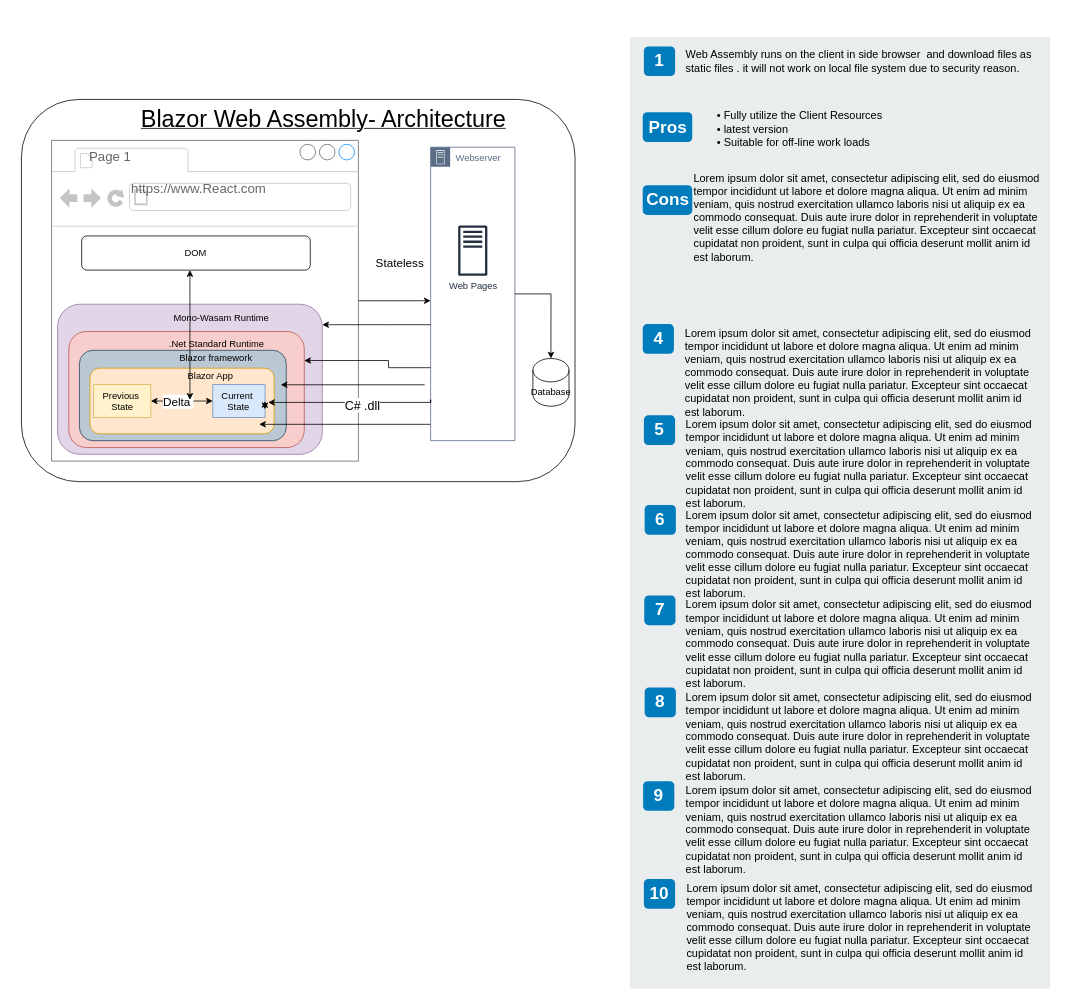
Above: page "Blazor -WASM Architecture" (3 of 9) of Untitled Diagram.drawio in KollaRajesh/AzTech-Blazor (draw.io), before the change. Source tidied: cells renumbered, new cells numbered last; positions are measured from the earlier drawing's top-left corner, leaving out a move shared by most shapes. Both pictures are drawn from the tidied source at 78%, with x=0, y=0 at pixel (21, 37).
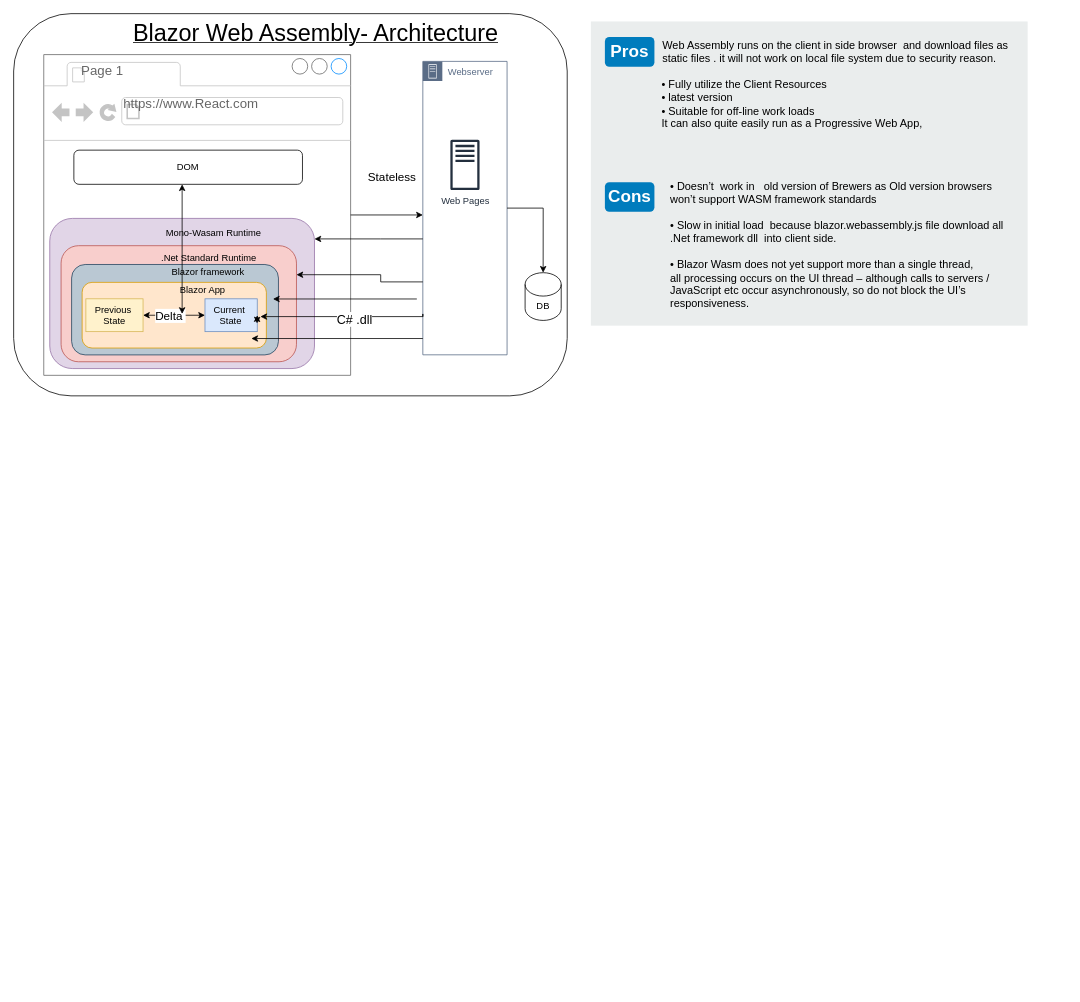
Above is the later version.

What changed in the source:
```diff
@@
     <mxCell id="2" style="rounded=0;whiteSpace=wrap;html=1;fillColor=#EAEDED;fontSize=22;fontColor=#FFFFFF;strokeColor=none;labelBackgroundColor=none;" parent="1" vertex="1">
-      <mxGeometry x="780" width="539" height="1220" as="geometry" />
+      <mxGeometry x="730" y="-20" width="560" height="390" as="geometry" />
     </mxCell>
-    <mxCell id="3" value="1" style="rounded=1;whiteSpace=wrap;html=1;fillColor=#007CBD;strokeColor=none;fontColor=#FFFFFF;fontStyle=1;fontSize=22;labelBackgroundColor=none;" parent="1" vertex="1">
-      <mxGeometry x="798" y="12" width="40" height="38" as="geometry" />
-    </mxCell>
     <mxCell id="4" value="Pros" style="rounded=1;whiteSpace=wrap;html=1;fillColor=#007CBD;strokeColor=none;fontColor=#FFFFFF;fontStyle=1;fontSize=22;labelBackgroundColor=none;" parent="1" vertex="1">
-      <mxGeometry x="796.5" y="96.5" width="63.5" height="38" as="geometry" />
+      <mxGeometry x="748" width="63.5" height="38" as="geometry" />
     </mxCell>
     <mxCell id="5" value="Cons" style="rounded=1;whiteSpace=wrap;html=1;fillColor=#007CBD;strokeColor=none;fontColor=#FFFFFF;fontStyle=1;fontSize=22;labelBackgroundColor=none;" parent="1" vertex="1">
-      <mxGeometry x="796.5" y="190" width="63.5" height="38" as="geometry" />
+      <mxGeometry x="748" y="186" width="63.5" height="38" as="geometry" />
     </mxCell>
-    <mxCell id="6" value="4" style="rounded=1;whiteSpace=wrap;html=1;fillColor=#007CBD;strokeColor=none;fontColor=#FFFFFF;fontStyle=1;fontSize=22;labelBackgroundColor=none;" parent="1" vertex="1">
-      <mxGeometry x="796.5" y="368" width="40" height="38" as="geometry" />
-    </mxCell>
-    <mxCell id="7" value="5" style="rounded=1;whiteSpace=wrap;html=1;fillColor=#007CBD;strokeColor=none;fontColor=#FFFFFF;fontStyle=1;fontSize=22;labelBackgroundColor=none;" parent="1" vertex="1">
-      <mxGeometry x="798" y="485" width="40" height="38" as="geometry" />
-    </mxCell>
-    <mxCell id="8" value="6" style="rounded=1;whiteSpace=wrap;html=1;fillColor=#007CBD;strokeColor=none;fontColor=#FFFFFF;fontStyle=1;fontSize=22;labelBackgroundColor=none;" parent="1" vertex="1">
-      <mxGeometry x="799" y="600" width="40" height="38" as="geometry" />
-    </mxCell>
-    <mxCell id="9" value="7" style="rounded=1;whiteSpace=wrap;html=1;fillColor=#007CBD;strokeColor=none;fontColor=#FFFFFF;fontStyle=1;fontSize=22;labelBackgroundColor=none;" parent="1" vertex="1">
-      <mxGeometry x="798.5" y="716" width="40" height="38" as="geometry" />
-    </mxCell>
-    <mxCell id="10" value="8" style="rounded=1;whiteSpace=wrap;html=1;fillColor=#007CBD;strokeColor=none;fontColor=#FFFFFF;fontStyle=1;fontSize=22;labelBackgroundColor=none;" parent="1" vertex="1">
-      <mxGeometry x="799" y="834" width="40" height="38" as="geometry" />
-    </mxCell>
-    <mxCell id="11" value="9" style="rounded=1;whiteSpace=wrap;html=1;fillColor=#007CBD;strokeColor=none;fontColor=#FFFFFF;fontStyle=1;fontSize=22;labelBackgroundColor=none;" parent="1" vertex="1">
-      <mxGeometry x="797" y="954" width="40" height="38" as="geometry" />
-    </mxCell>
     <mxCell id="12" value="Web Assembly runs on the client in side browser&amp;nbsp; and download files as static files . it will not work on local file system due to security reason." style="text;html=1;align=left;verticalAlign=top;spacingTop=-4;fontSize=14;labelBackgroundColor=none;whiteSpace=wrap;" parent="1" vertex="1">
-      <mxGeometry x="849.5" y="11.5" width="449" height="88.5" as="geometry" />
+      <mxGeometry x="820" width="449" height="88.5" as="geometry" />
     </mxCell>
-    <mxCell id="13" value="&lt;div&gt;•&lt;span&gt; &lt;/span&gt;Fully utilize the Client Resources&amp;nbsp;&lt;/div&gt;&lt;div&gt;•&lt;span&gt; &lt;/span&gt;latest version&amp;nbsp;&lt;/div&gt;&lt;div&gt;•&lt;span&gt; &lt;/span&gt;Suitable for off-line work loads&lt;/div&gt;" style="text;html=1;align=left;verticalAlign=top;spacingTop=-4;fontSize=14;labelBackgroundColor=none;whiteSpace=wrap;" parent="1" vertex="1">
-      <mxGeometry x="890" y="90" width="450" height="75" as="geometry" />
+    <mxCell id="13" value="&lt;div&gt;•&lt;span&gt; &lt;/span&gt;Fully utilize the Client Resources&amp;nbsp;&lt;/div&gt;&lt;div&gt;•&lt;span&gt; &lt;/span&gt;latest version&amp;nbsp;&lt;/div&gt;&lt;div&gt;•&lt;span&gt; &lt;/span&gt;Suitable for off-line work loads&lt;/div&gt;&lt;div&gt;It can also quite easily run as a Progressive Web App,&lt;br&gt;&lt;/div&gt;" style="text;html=1;align=left;verticalAlign=top;spacingTop=-4;fontSize=14;labelBackgroundColor=none;whiteSpace=wrap;" parent="1" vertex="1">
+      <mxGeometry x="819" y="50" width="450" height="75" as="geometry" />
     </mxCell>
-    <mxCell id="14" value="&lt;span&gt;Lorem ipsum dolor sit amet, consectetur adipiscing elit, sed do eiusmod tempor incididunt ut labore et dolore magna aliqua. Ut enim ad minim veniam, quis nostrud exercitation ullamco laboris nisi ut aliquip ex ea commodo consequat. Duis aute irure dolor in reprehenderit in voluptate velit esse cillum dolore eu fugiat nulla pariatur. Excepteur sint occaecat cupidatat non proident, sunt in culpa qui officia deserunt mollit anim id est laborum.&lt;/span&gt;&lt;br&gt;" style="text;html=1;align=left;verticalAlign=top;spacingTop=-4;fontSize=14;labelBackgroundColor=none;whiteSpace=wrap;" parent="1" vertex="1">
-      <mxGeometry x="860" y="170" width="450" height="117" as="geometry" />
+    <mxCell id="14" value="&lt;div&gt;•&lt;span&gt; &lt;/span&gt;Doesn’t&amp;nbsp; work in&amp;nbsp; &amp;nbsp;old version of Brewers as Old version browsers won’t support WASM framework standards&amp;nbsp;&lt;/div&gt;&lt;div&gt;&lt;br&gt;&lt;/div&gt;&lt;div&gt;•&lt;span&gt; &lt;/span&gt;Slow in initial load&amp;nbsp; because&amp;nbsp;blazor.webassembly.js file download all .Net framework dll&amp;nbsp; into client side.&lt;/div&gt;&lt;div&gt;&lt;br&gt;&lt;/div&gt;•&amp;nbsp;&lt;span&gt;Blazor Wasm does not yet support more than a single thread,&lt;br&gt;&lt;/span&gt;all processing occurs on the UI thread – although calls to servers / JavaScript etc occur asynchronously, so do not block the UI’s responsiveness.&lt;br&gt;&lt;div&gt;&lt;br&gt;&lt;/div&gt;" style="text;html=1;align=left;verticalAlign=top;spacingTop=-4;fontSize=14;labelBackgroundColor=none;whiteSpace=wrap;" parent="1" vertex="1">
+      <mxGeometry x="830" y="180" width="450" height="117" as="geometry" />
     </mxCell>
-    <mxCell id="15" value="&lt;span&gt;Lorem ipsum dolor sit amet, consectetur adipiscing elit, sed do eiusmod tempor incididunt ut labore et dolore magna aliqua. Ut enim ad minim veniam, quis nostrud exercitation ullamco laboris nisi ut aliquip ex ea commodo consequat. Duis aute irure dolor in reprehenderit in voluptate velit esse cillum dolore eu fugiat nulla pariatur. Excepteur sint occaecat cupidatat non proident, sunt in culpa qui officia deserunt mollit anim id est laborum.&lt;/span&gt;&lt;br&gt;" style="text;html=1;align=left;verticalAlign=top;spacingTop=-4;fontSize=14;labelBackgroundColor=none;whiteSpace=wrap;" parent="1" vertex="1">
-      <mxGeometry x="848.5" y="368.5" width="450" height="121" as="geometry" />
-    </mxCell>
-    <mxCell id="16" value="&lt;span&gt;Lorem ipsum dolor sit amet, consectetur adipiscing elit, sed do eiusmod tempor incididunt ut labore et dolore magna aliqua. Ut enim ad minim veniam, quis nostrud exercitation ullamco laboris nisi ut aliquip ex ea commodo consequat. Duis aute irure dolor in reprehenderit in voluptate velit esse cillum dolore eu fugiat nulla pariatur. Excepteur sint occaecat cupidatat non proident, sunt in culpa qui officia deserunt mollit anim id est laborum.&lt;/span&gt;&lt;br&gt;" style="text;html=1;align=left;verticalAlign=top;spacingTop=-4;fontSize=14;labelBackgroundColor=none;whiteSpace=wrap;" parent="1" vertex="1">
-      <mxGeometry x="849.5" y="485.5" width="449" height="114" as="geometry" />
-    </mxCell>
-    <mxCell id="17" value="&lt;span&gt;Lorem ipsum dolor sit amet, consectetur adipiscing elit, sed do eiusmod tempor incididunt ut labore et dolore magna aliqua. Ut enim ad minim veniam, quis nostrud exercitation ullamco laboris nisi ut aliquip ex ea commodo consequat. Duis aute irure dolor in reprehenderit in voluptate velit esse cillum dolore eu fugiat nulla pariatur. Excepteur sint occaecat cupidatat non proident, sunt in culpa qui officia deserunt mollit anim id est laborum.&lt;/span&gt;&lt;br&gt;" style="text;html=1;align=left;verticalAlign=top;spacingTop=-4;fontSize=14;labelBackgroundColor=none;whiteSpace=wrap;" parent="1" vertex="1">
-      <mxGeometry x="849.5" y="601.5" width="450" height="118" as="geometry" />
-    </mxCell>
-    <mxCell id="18" value="&lt;span&gt;Lorem ipsum dolor sit amet, consectetur adipiscing elit, sed do eiusmod tempor incididunt ut labore et dolore magna aliqua. Ut enim ad minim veniam, quis nostrud exercitation ullamco laboris nisi ut aliquip ex ea commodo consequat. Duis aute irure dolor in reprehenderit in voluptate velit esse cillum dolore eu fugiat nulla pariatur. Excepteur sint occaecat cupidatat non proident, sunt in culpa qui officia deserunt mollit anim id est laborum.&lt;/span&gt;&lt;br&gt;" style="text;html=1;align=left;verticalAlign=top;spacingTop=-4;fontSize=14;labelBackgroundColor=none;whiteSpace=wrap;" parent="1" vertex="1">
-      <mxGeometry x="849.5" y="716.5" width="449" height="113" as="geometry" />
-    </mxCell>
-    <mxCell id="19" value="&lt;span&gt;Lorem ipsum dolor sit amet, consectetur adipiscing elit, sed do eiusmod tempor incididunt ut labore et dolore magna aliqua. Ut enim ad minim veniam, quis nostrud exercitation ullamco laboris nisi ut aliquip ex ea commodo consequat. Duis aute irure dolor in reprehenderit in voluptate velit esse cillum dolore eu fugiat nulla pariatur. Excepteur sint occaecat cupidatat non proident, sunt in culpa qui officia deserunt mollit anim id est laborum.&lt;/span&gt;&lt;br&gt;" style="text;html=1;align=left;verticalAlign=top;spacingTop=-4;fontSize=14;labelBackgroundColor=none;whiteSpace=wrap;" parent="1" vertex="1">
-      <mxGeometry x="849.5" y="835.5" width="449" height="124" as="geometry" />
-    </mxCell>
-    <mxCell id="20" value="&lt;span&gt;Lorem ipsum dolor sit amet, consectetur adipiscing elit, sed do eiusmod tempor incididunt ut labore et dolore magna aliqua. Ut enim ad minim veniam, quis nostrud exercitation ullamco laboris nisi ut aliquip ex ea commodo consequat. Duis aute irure dolor in reprehenderit in voluptate velit esse cillum dolore eu fugiat nulla pariatur. Excepteur sint occaecat cupidatat non proident, sunt in culpa qui officia deserunt mollit anim id est laborum.&lt;/span&gt;&lt;br&gt;" style="text;html=1;align=left;verticalAlign=top;spacingTop=-4;fontSize=14;labelBackgroundColor=none;whiteSpace=wrap;" parent="1" vertex="1">
-      <mxGeometry x="849.5" y="954.5" width="449" height="115" as="geometry" />
-    </mxCell>
-    <mxCell id="21" value="10" style="rounded=1;whiteSpace=wrap;html=1;fillColor=#007CBD;strokeColor=none;fontColor=#FFFFFF;fontStyle=1;fontSize=22;labelBackgroundColor=none;" parent="1" vertex="1">
-      <mxGeometry x="798" y="1079.5" width="40" height="38" as="geometry" />
-    </mxCell>
-    <mxCell id="22" value="&lt;span&gt;Lorem ipsum dolor sit amet, consectetur adipiscing elit, sed do eiusmod tempor incididunt ut labore et dolore magna aliqua. Ut enim ad minim veniam, quis nostrud exercitation ullamco laboris nisi ut aliquip ex ea commodo consequat. Duis aute irure dolor in reprehenderit in voluptate velit esse cillum dolore eu fugiat nulla pariatur. Excepteur sint occaecat cupidatat non proident, sunt in culpa qui officia deserunt mollit anim id est laborum.&lt;/span&gt;&lt;br&gt;" style="text;html=1;align=left;verticalAlign=top;spacingTop=-4;fontSize=14;labelBackgroundColor=none;whiteSpace=wrap;" parent="1" vertex="1">
-      <mxGeometry x="850.5" y="1080" width="449" height="115" as="geometry" />
-    </mxCell>
     <mxCell id="23" style="group;" parent="1" vertex="1">
-      <mxGeometry y="80" width="810" height="490" as="geometry" />
+      <mxGeometry x="-10" y="-30" width="810" height="490" as="geometry" />
     </mxCell>
@@
-    <mxCell id="32" value="Database" style="shape=cylinder3;whiteSpace=wrap;html=1;boundedLbl=1;backgroundOutline=1;size=15;" parent="23" vertex="1">
+    <mxCell id="32" value="DB" style="shape=cylinder3;whiteSpace=wrap;html=1;boundedLbl=1;backgroundOutline=1;size=15;" parent="23" vertex="1">
       <mxGeometry x="655.7" y="332.1" width="46.3" height="61.2" as="geometry" />
     </mxCell>
```
